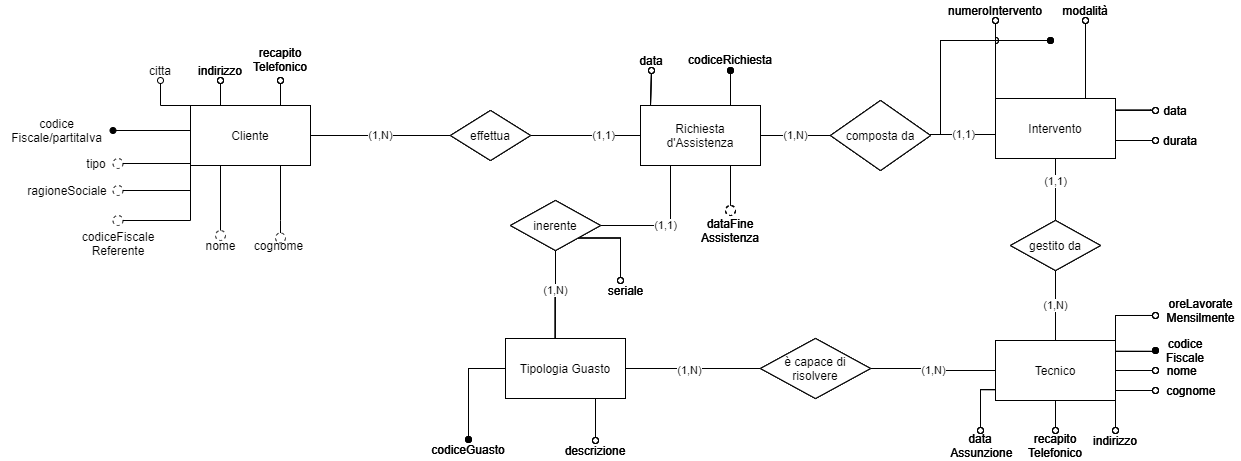
This is Relazione/image/er_ristrutturato.png from GiovanniRaseraF/ProgettoBasiDiDatiLaboratorio, a draw.io export, as it was before one commit. Source tidied: cells renumbered, new cells last; positions are measured from the earlier drawing's top-left corner, leaving out a move shared by most shapes.
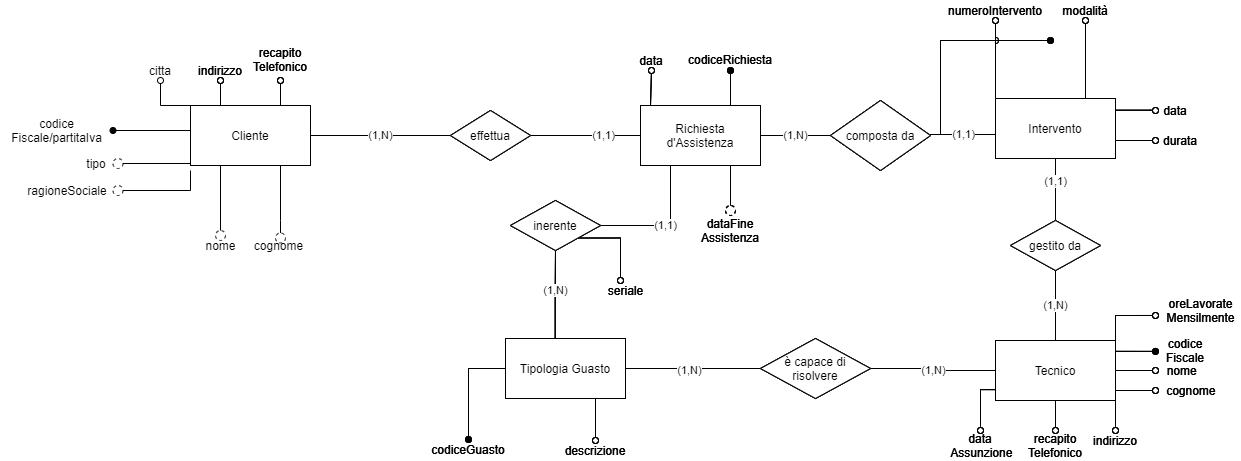
After the commit.

The edit, as a diff of the source:
```diff
@@ -545,13 +545,6 @@
     <mxCell id="136" style="edgeStyle=orthogonalEdgeStyle;rounded=0;jettySize=auto;html=1;exitX=0.25;exitY=0;exitDx=0;exitDy=0;endArrow=oval;endFill=0;" parent="1" edge="1" source="141" target="197">
       <mxGeometry relative="1" as="geometry" />
     </mxCell>
-    <mxCell id="137" style="edgeStyle=orthogonalEdgeStyle;rounded=0;jettySize=auto;html=1;exitX=0;exitY=1;exitDx=0;exitDy=0;entryX=1;entryY=0.5;entryDx=0;entryDy=0;startArrow=none;startFill=0;endArrow=none;endFill=0;" parent="1" edge="1" source="141" target="207">
-      <mxGeometry relative="1" as="geometry">
-        <Array as="points">
-          <mxPoint x="190" y="220" />
-        </Array>
-      </mxGeometry>
-    </mxCell>
     <mxCell id="138" style="edgeStyle=orthogonalEdgeStyle;rounded=0;jettySize=auto;html=1;exitX=0.25;exitY=1;exitDx=0;exitDy=0;entryX=0.5;entryY=0;entryDx=0;entryDy=0;startArrow=none;startFill=0;endArrow=none;endFill=0;" parent="1" edge="1" source="141" target="208">
       <mxGeometry relative="1" as="geometry" />
     </mxCell>
@@ -786,9 +779,6 @@
     <mxCell id="194" value="inerente" style="rhombus;whiteSpace=wrap;html=1;" parent="1" vertex="1">
       <mxGeometry x="510" y="200" width="90" height="50" as="geometry" />
     </mxCell>
-    <mxCell id="195" value="codiceFiscale&lt;br&gt;Referente" style="text;html=1;strokeColor=none;fillColor=none;align=center;verticalAlign=middle;whiteSpace=wrap;rounded=0;" parent="1" vertex="1">
-      <mxGeometry x="77.5" y="225" width="80" height="35" as="geometry" />
-    </mxCell>
     <mxCell id="196" value="cognome" style="text;html=1;align=center;verticalAlign=middle;" parent="1" vertex="1">
       <mxGeometry x="247.5" y="235" width="60" height="20" as="geometry" />
     </mxCell>
@@ -831,9 +821,6 @@
     <mxCell id="206" value="tipo" style="text;html=1;strokeColor=none;fillColor=none;align=center;verticalAlign=middle;whiteSpace=wrap;rounded=0;" parent="1" vertex="1">
       <mxGeometry x="75.5" y="153" width="40" height="20" as="geometry" />
     </mxCell>
-    <mxCell id="207" style="ellipse;whiteSpace=wrap;html=1;dashed=1;fillColor=none;" parent="1" vertex="1">
-      <mxGeometry x="112.5" y="215" width="10" height="10" as="geometry" />
-    </mxCell>
     <mxCell id="208" style="ellipse;whiteSpace=wrap;html=1;dashed=1;fillColor=none;" parent="1" vertex="1">
       <mxGeometry x="215" y="230" width="10" height="10" as="geometry" />
     </mxCell>
```
